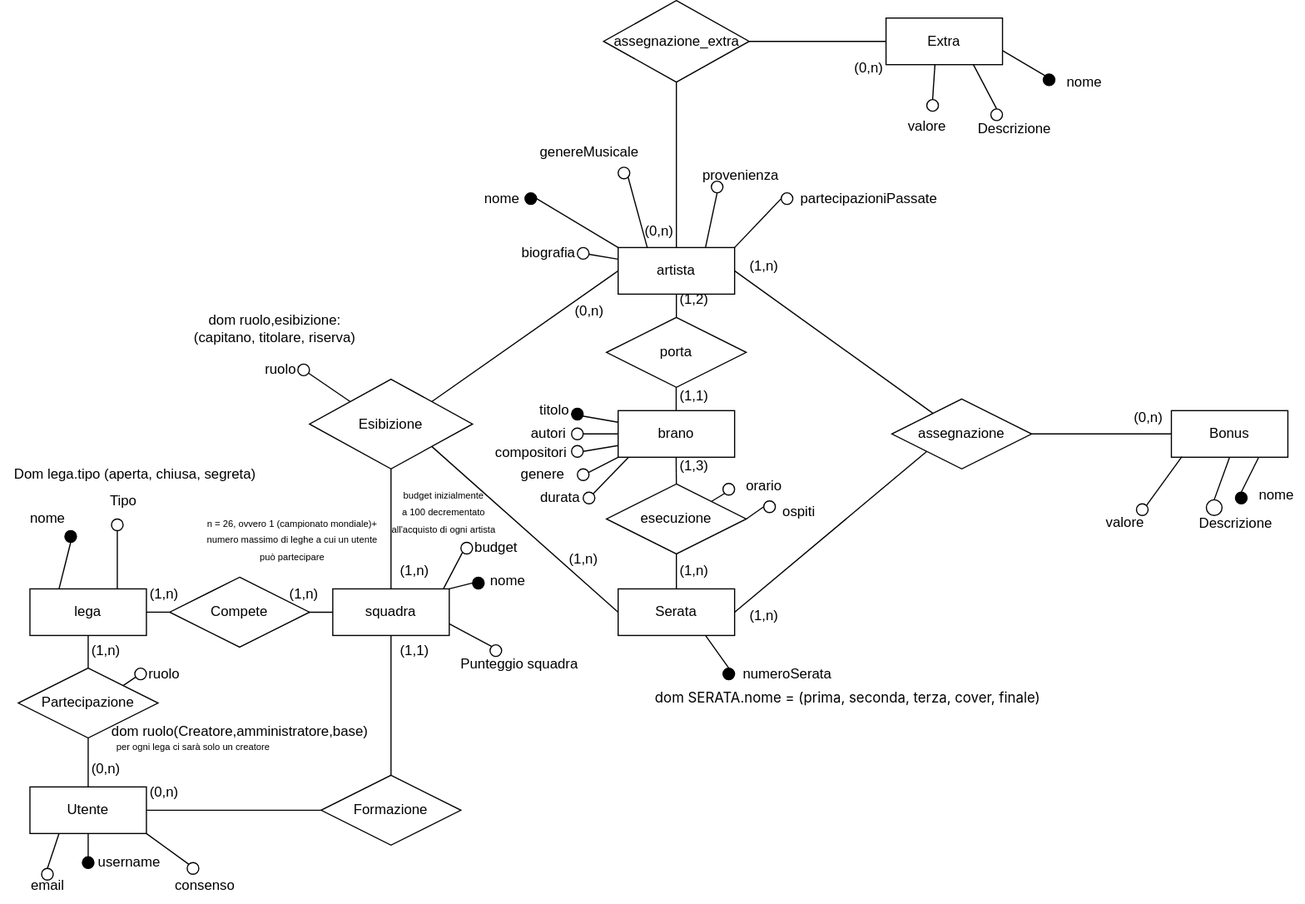
Gabriele-traversa/basati_datati_storati keeps this draw.io diagram as ERPrimaConsegna.drawio.svg. Above is the earlier version. Source tidied: cells renumbered, new cells last; positions are measured from the earlier drawing's top-left corner, leaving out a move shared by most shapes.
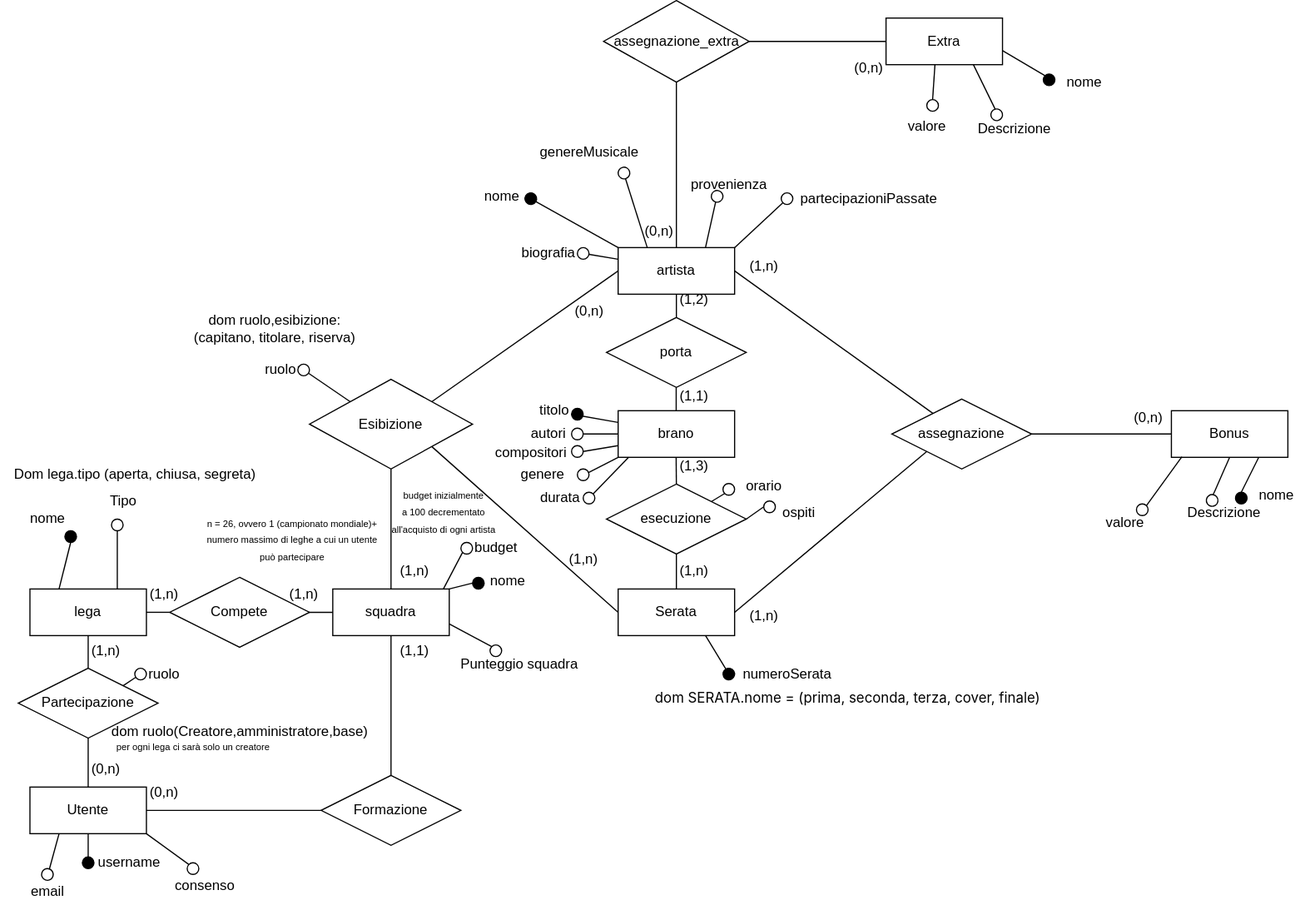
After the commit.

Commit message:
VersionePalleSudateSuperGrattateEPallateDatateStorateUltraFurbePorcoDIo

The edit, as a diff of the source:
```diff
@@ -175,7 +175,7 @@
     <mxCell id="55" value="(0,n)" style="text;html=1;align=center;verticalAlign=middle;strokeColor=none;fillColor=none;" parent="1" vertex="1">
       <mxGeometry x="65" y="645" width="50" height="30" as="geometry" />
     </mxCell>
-    <mxCell id="56" style="ellipse;whiteSpace=wrap;html=1;" parent="1" vertex="1">
+    <mxCell id="56" style="ellipse;whiteSpace=wrap;html=1;rotation=20;" parent="1" vertex="1">
       <mxGeometry x="35" y="745" width="10" height="10" as="geometry" />
     </mxCell>
     <mxCell id="57" style="ellipse;whiteSpace=wrap;html=1;fillColor=#000000;" parent="1" vertex="1">
@@ -188,7 +188,7 @@
       <mxGeometry x="70" y="725" width="80" height="30" as="geometry" />
     </mxCell>
     <mxCell id="60" value="email" style="text;html=1;align=center;verticalAlign=middle;strokeColor=none;fillColor=none;" parent="1" vertex="1">
-      <mxGeometry x="15" y="745" width="50" height="30" as="geometry" />
+      <mxGeometry x="15" y="750" width="50" height="30" as="geometry" />
     </mxCell>
     <mxCell id="61" value="dom ruolo(Creatore,amministratore,base)" style="text;html=1;align=center;verticalAlign=middle;strokeColor=none;fillColor=none;" parent="1" vertex="1">
       <mxGeometry x="85" y="613" width="240" height="30" as="geometry" />
@@ -303,10 +303,10 @@
     <mxCell id="97" style="edgeStyle=none;html=1;entryX=0;entryY=0.25;entryDx=0;entryDy=0;endArrow=none;endFill=0;strokeColor=default;" parent="1" edge="1" source="109" target="9">
       <mxGeometry relative="1" as="geometry" />
     </mxCell>
-    <mxCell id="98" style="edgeStyle=none;html=1;exitX=0;exitY=0;exitDx=0;exitDy=0;endArrow=none;endFill=0;entryX=1;entryY=0.5;entryDx=0;entryDy=0;" parent="1" edge="1" source="9" target="99">
+    <mxCell id="98" style="edgeStyle=none;html=1;exitX=0;exitY=0;exitDx=0;exitDy=0;endArrow=none;endFill=0;entryX=1;entryY=1;entryDx=0;entryDy=0;" parent="1" edge="1" source="9" target="99">
       <mxGeometry relative="1" as="geometry" />
     </mxCell>
-    <mxCell id="99" style="ellipse;whiteSpace=wrap;html=1;fillColor=#000000;" parent="1" vertex="1">
+    <mxCell id="99" style="ellipse;whiteSpace=wrap;html=1;fillColor=#000000;rotation=-15;" parent="1" vertex="1">
       <mxGeometry x="450" y="165" width="10" height="10" as="geometry" />
     </mxCell>
     <mxCell id="100" style="edgeStyle=none;html=1;endArrow=none;endFill=0;strokeColor=default;exitX=1;exitY=1;exitDx=0;exitDy=0;entryX=0.25;entryY=0;entryDx=0;entryDy=0;" parent="1" edge="1" source="110" target="9">
@@ -315,14 +315,14 @@
     <mxCell id="101" style="edgeStyle=none;html=1;endArrow=none;endFill=0;strokeColor=default;exitX=0.5;exitY=1;exitDx=0;exitDy=0;entryX=0.75;entryY=0;entryDx=0;entryDy=0;" parent="1" edge="1" source="111" target="9">
       <mxGeometry relative="1" as="geometry" />
     </mxCell>
-    <mxCell id="102" style="edgeStyle=none;html=1;entryX=0;entryY=0.5;entryDx=0;entryDy=0;endArrow=none;endFill=0;strokeColor=default;exitX=1;exitY=0;exitDx=0;exitDy=0;" parent="1" edge="1" source="9" target="103">
+    <mxCell id="102" style="edgeStyle=none;html=1;entryX=0;entryY=1;entryDx=0;entryDy=0;endArrow=none;endFill=0;strokeColor=default;exitX=1;exitY=0;exitDx=0;exitDy=0;" parent="1" edge="1" source="9" target="103">
       <mxGeometry relative="1" as="geometry" />
     </mxCell>
     <mxCell id="103" style="ellipse;whiteSpace=wrap;html=1;fillColor=none;" parent="1" vertex="1">
       <mxGeometry x="670" y="165" width="10" height="10" as="geometry" />
     </mxCell>
     <mxCell id="104" value="nome" style="text;html=1;align=center;verticalAlign=middle;strokeColor=none;fillColor=none;" parent="1" vertex="1">
-      <mxGeometry x="405" y="155" width="50" height="30" as="geometry" />
+      <mxGeometry x="405" y="153" width="50" height="30" as="geometry" />
     </mxCell>
     <mxCell id="105" value="biografia" style="text;html=1;align=center;verticalAlign=middle;strokeColor=none;fillColor=none;" parent="1" vertex="1">
       <mxGeometry x="435" y="202" width="70" height="30" as="geometry" />
@@ -331,7 +331,7 @@
       <mxGeometry x="450" y="115" width="110" height="30" as="geometry" />
     </mxCell>
     <mxCell id="107" value="provenienza" style="text;html=1;align=center;verticalAlign=middle;strokeColor=none;fillColor=none;" parent="1" vertex="1">
-      <mxGeometry x="590" y="135" width="90" height="30" as="geometry" />
+      <mxGeometry x="580" y="143" width="90" height="30" as="geometry" />
     </mxCell>
     <mxCell id="108" value="partecipazioniPassate" style="text;html=1;align=center;verticalAlign=middle;strokeColor=none;fillColor=none;" parent="1" vertex="1">
       <mxGeometry x="675" y="155" width="140" height="30" as="geometry" />
@@ -339,11 +339,11 @@
     <mxCell id="109" style="ellipse;whiteSpace=wrap;html=1;fillColor=none;" parent="1" vertex="1">
       <mxGeometry x="495" y="212" width="10" height="10" as="geometry" />
     </mxCell>
-    <mxCell id="110" style="ellipse;whiteSpace=wrap;html=1;fillColor=none;" parent="1" vertex="1">
+    <mxCell id="110" style="ellipse;whiteSpace=wrap;html=1;fillColor=none;rotation=30;" parent="1" vertex="1">
       <mxGeometry x="530" y="143" width="10" height="10" as="geometry" />
     </mxCell>
-    <mxCell id="111" style="ellipse;whiteSpace=wrap;html=1;fillColor=none;" parent="1" vertex="1">
-      <mxGeometry x="610" y="155" width="10" height="10" as="geometry" />
+    <mxCell id="111" style="ellipse;whiteSpace=wrap;html=1;fillColor=none;rotation=15;" parent="1" vertex="1">
+      <mxGeometry x="610" y="163" width="10" height="10" as="geometry" />
     </mxCell>
     <mxCell id="112" style="edgeStyle=none;html=1;exitX=0;exitY=0;exitDx=0;exitDy=0;entryX=0.998;entryY=0.694;entryDx=0;entryDy=0;endArrow=none;endFill=0;entryPerimeter=0;" parent="1" edge="1" source="113" target="24">
       <mxGeometry relative="1" as="geometry" />
@@ -354,7 +354,7 @@
     <mxCell id="114" style="edgeStyle=none;html=1;exitX=0.5;exitY=0;exitDx=0;exitDy=0;entryX=0.75;entryY=1;entryDx=0;entryDy=0;endArrow=none;endFill=0;" parent="1" edge="1" source="115" target="24">
       <mxGeometry relative="1" as="geometry" />
     </mxCell>
-    <mxCell id="115" style="ellipse;whiteSpace=wrap;html=1;fillColor=none;" parent="1" vertex="1">
+    <mxCell id="115" style="ellipse;whiteSpace=wrap;html=1;fillColor=none;rotation=-15;" parent="1" vertex="1">
       <mxGeometry x="850" y="93" width="10" height="10" as="geometry" />
     </mxCell>
     <mxCell id="116" value="nome" style="text;html=1;align=center;verticalAlign=middle;strokeColor=none;fillColor=none;" parent="1" vertex="1">
@@ -380,17 +380,14 @@
     <mxCell id="122" style="ellipse;whiteSpace=wrap;html=1;fillColor=#000000;" parent="1" vertex="1">
       <mxGeometry x="1060" y="422" width="10" height="10" as="geometry" />
     </mxCell>
-    <mxCell id="123" style="edgeStyle=none;html=1;exitX=0.5;exitY=0;exitDx=0;exitDy=0;entryX=0.5;entryY=1;entryDx=0;entryDy=0;endArrow=none;endFill=0;" parent="1" edge="1" source="124" target="20">
+    <mxCell id="123" style="edgeStyle=none;html=1;exitX=0.5;exitY=0;exitDx=0;exitDy=0;entryX=0.5;entryY=1;entryDx=0;entryDy=0;endArrow=none;endFill=0;" parent="1" edge="1" source="149" target="20">
       <mxGeometry relative="1" as="geometry" />
     </mxCell>
-    <mxCell id="124" style="ellipse;whiteSpace=wrap;html=1;fillColor=none;" parent="1" vertex="1">
-      <mxGeometry x="1035" y="428.5" width="13.5" height="13.5" as="geometry" />
-    </mxCell>
     <mxCell id="125" value="nome" style="text;html=1;align=center;verticalAlign=middle;strokeColor=none;fillColor=none;" parent="1" vertex="1">
       <mxGeometry x="1070" y="410" width="50" height="30" as="geometry" />
     </mxCell>
     <mxCell id="126" value="Descrizione" style="text;html=1;align=center;verticalAlign=middle;strokeColor=none;fillColor=none;" parent="1" vertex="1">
-      <mxGeometry x="1015" y="434" width="90" height="30" as="geometry" />
+      <mxGeometry x="1005" y="425" width="90" height="30" as="geometry" />
     </mxCell>
     <mxCell id="127" style="edgeStyle=none;html=1;entryX=1;entryY=0;entryDx=0;entryDy=0;endArrow=none;endFill=0;strokeColor=default;exitX=0.09;exitY=0.987;exitDx=0;exitDy=0;exitPerimeter=0;" parent="1" edge="1" source="20" target="128">
       <mxGeometry relative="1" as="geometry" />
@@ -453,7 +450,7 @@
     <mxCell id="143" value="genere" style="text;html=1;align=center;verticalAlign=middle;strokeColor=none;fillColor=none;" parent="1" vertex="1">
       <mxGeometry x="435" y="392" width="60" height="30" as="geometry" />
     </mxCell>
-    <mxCell id="144" style="ellipse;whiteSpace=wrap;html=1;fillColor=#000000;" parent="1" vertex="1">
+    <mxCell id="144" style="ellipse;whiteSpace=wrap;html=1;fillColor=#000000;rotation=-30;" parent="1" vertex="1">
       <mxGeometry x="620" y="573" width="10" height="10" as="geometry" />
     </mxCell>
     <mxCell id="145" style="edgeStyle=none;html=1;exitX=0.75;exitY=1;exitDx=0;exitDy=0;endArrow=none;endFill=0;entryX=0.5;entryY=0;entryDx=0;entryDy=0;" parent="1" edge="1" source="4" target="144">
@@ -468,5 +465,8 @@
     <mxCell id="148" value="&lt;span style=&quot;font-family: -apple-system, &amp;quot;system-ui&amp;quot;, &amp;quot;Segoe UI&amp;quot;, &amp;quot;Noto Sans&amp;quot;, Helvetica, Arial, sans-serif, &amp;quot;Apple Color Emoji&amp;quot;, &amp;quot;Segoe UI Emoji&amp;quot;; font-style: normal; font-variant-ligatures: normal; font-variant-caps: normal; font-weight: 400; letter-spacing: normal; orphans: 2; text-align: start; text-indent: 0px; text-transform: none; widows: 2; word-spacing: 0px; -webkit-text-stroke-width: 0px; white-space: normal; text-decoration-thickness: initial; text-decoration-style: initial; text-decoration-color: initial; float: none; display: inline !important;&quot;&gt;&lt;font style=&quot;color: rgb(0, 0, 0); font-size: 12px;&quot;&gt;dom SERATA.nome = (prima, seconda, terza, cover, finale)&lt;/font&gt;&lt;/span&gt;" style="text;whiteSpace=wrap;html=1;" parent="1" vertex="1">
       <mxGeometry x="560" y="585" width="450" height="40" as="geometry" />
     </mxCell>
+    <mxCell id="149" style="ellipse;whiteSpace=wrap;html=1;fillColor=none;rotation=10;" parent="1" vertex="1">
+      <mxGeometry x="1035" y="424" width="10" height="10" as="geometry" />
+    </mxCell>
   </root>
 </mxGraphModel>
```
